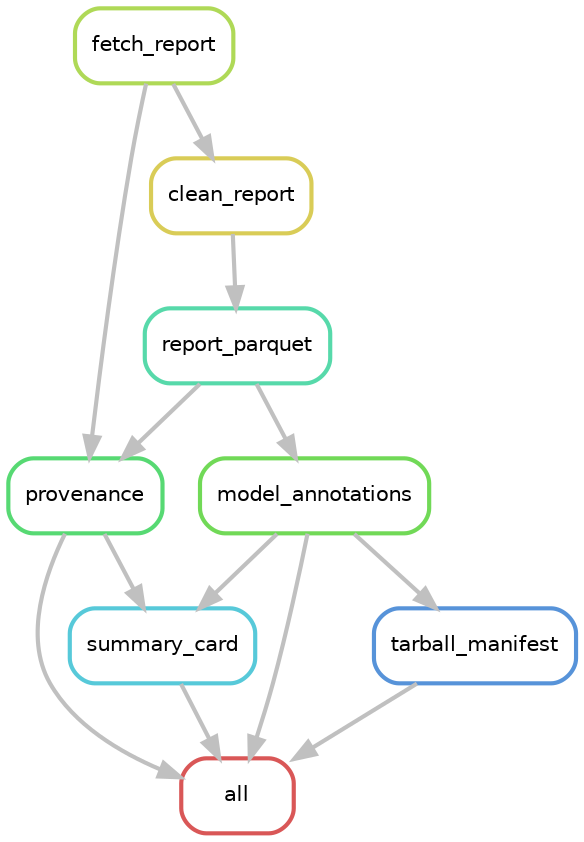
The Graphviz diagram docs/pipeline-rulegraph.png in ramirc0/encode-metadata-smk, before a commit. Its source is kept beside it as docs/pipeline-rulegraph.dot.
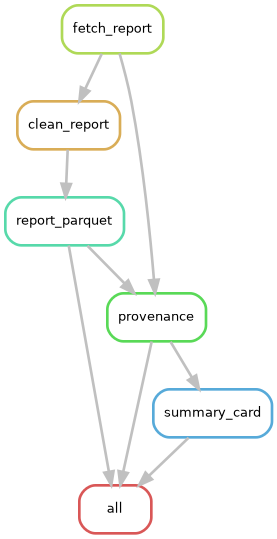
The same diagram one commit later.

What changed in the source:
```diff
@@ -3,23 +3,17 @@
     node[shape=box, style=rounded, fontname=sans,                 fontsize=10, penwidth=2];
     edge[penwidth=2, color=grey];
 	0[label = "all", color = "0.00 0.6 0.85", style="rounded"];
-	1[label = "summary_card", color = "0.52 0.6 0.85", style="rounded"];
-	2[label = "provenance", color = "0.37 0.6 0.85", style="rounded"];
+	1[label = "report_parquet", color = "0.44 0.6 0.85", style="rounded"];
+	2[label = "clean_report", color = "0.11 0.6 0.85", style="rounded"];
 	3[label = "fetch_report", color = "0.22 0.6 0.85", style="rounded"];
-	4[label = "report_parquet", color = "0.44 0.6 0.85", style="rounded"];
-	5[label = "clean_report", color = "0.15 0.6 0.85", style="rounded"];
-	6[label = "model_annotations", color = "0.30 0.6 0.85", style="rounded"];
-	7[label = "tarball_manifest", color = "0.59 0.6 0.85", style="rounded"];
-	7 -> 0
-	2 -> 0
+	4[label = "provenance", color = "0.33 0.6 0.85", style="rounded"];
+	5[label = "summary_card", color = "0.56 0.6 0.85", style="rounded"];
+	5 -> 0
 	1 -> 0
-	6 -> 0
+	4 -> 0
 	2 -> 1
-	6 -> 1
-	4 -> 2
 	3 -> 2
-	5 -> 4
-	3 -> 5
-	4 -> 6
-	6 -> 7
+	1 -> 4
+	3 -> 4
+	4 -> 5
 }
```
